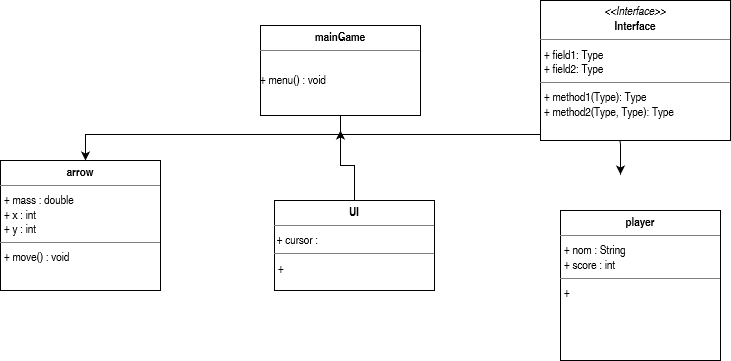
Above: UMLDiagram.png in vbard1/mini-projet-2 (draw.io), before the change. Source tidied: cells renumbered, new cells last; positions are measured from the earlier drawing's top-left corner, leaving out a move shared by most shapes.
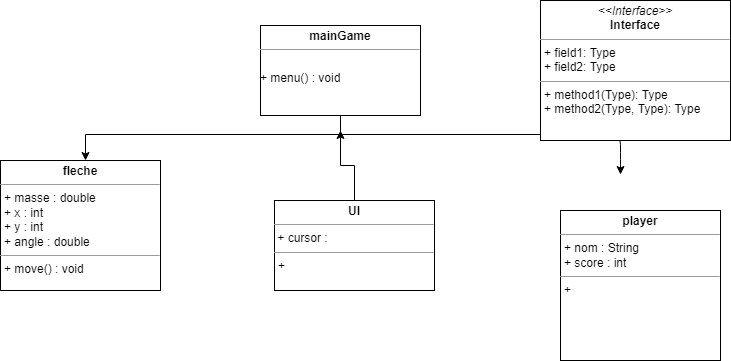
The same diagram one commit later.

Change to the diagram source:
```diff
@@ -33,7 +33,7 @@
     <mxCell id="6" value="&lt;p style=&quot;margin: 0px ; margin-top: 4px ; text-align: center&quot;&gt;&lt;b&gt;mainGame&lt;/b&gt;&lt;/p&gt;&lt;hr size=&quot;1&quot;&gt;&lt;p style=&quot;margin: 0px ; margin-left: 4px&quot;&gt;&lt;br&gt;&lt;/p&gt;+ menu() : void" style="verticalAlign=top;align=left;overflow=fill;fontSize=12;fontFamily=Helvetica;html=1;" parent="1" vertex="1">
       <mxGeometry x="260" y="25" width="160" height="90" as="geometry" />
     </mxCell>
-    <mxCell id="7" value="&lt;p style=&quot;margin: 0px ; margin-top: 4px ; text-align: center&quot;&gt;&lt;b&gt;arrow&lt;/b&gt;&lt;br&gt;&lt;/p&gt;&lt;hr size=&quot;1&quot;&gt;&lt;p style=&quot;margin: 0px ; margin-left: 4px&quot;&gt;+ mass : double&lt;/p&gt;&lt;p style=&quot;margin: 0px ; margin-left: 4px&quot;&gt;+ x : int&lt;/p&gt;&lt;p style=&quot;margin: 0px ; margin-left: 4px&quot;&gt;+ y : int&lt;br&gt;&lt;/p&gt;&lt;hr size=&quot;1&quot;&gt;&lt;p style=&quot;margin: 0px ; margin-left: 4px&quot;&gt;+ move() : void&lt;br&gt;&lt;/p&gt;" style="verticalAlign=top;align=left;overflow=fill;fontSize=12;fontFamily=Helvetica;html=1;" parent="1" vertex="1">
+    <mxCell id="7" value="&lt;p style=&quot;margin: 0px ; margin-top: 4px ; text-align: center&quot;&gt;&lt;b&gt;fleche&lt;/b&gt;&lt;br&gt;&lt;/p&gt;&lt;hr size=&quot;1&quot;&gt;&lt;p style=&quot;margin: 0px ; margin-left: 4px&quot;&gt;+ masse : double&lt;/p&gt;&lt;p style=&quot;margin: 0px ; margin-left: 4px&quot;&gt;+ x : int&lt;/p&gt;&lt;p style=&quot;margin: 0px ; margin-left: 4px&quot;&gt;+ y : int&lt;br&gt;&lt;/p&gt;&lt;p style=&quot;margin: 0px ; margin-left: 4px&quot;&gt;+ angle : double&lt;/p&gt;&lt;hr size=&quot;1&quot;&gt;&lt;p style=&quot;margin: 0px ; margin-left: 4px&quot;&gt;+ move() : void&lt;br&gt;&lt;/p&gt;" style="verticalAlign=top;align=left;overflow=fill;fontSize=12;fontFamily=Helvetica;html=1;" parent="1" vertex="1">
       <mxGeometry y="160" width="160" height="130" as="geometry" />
     </mxCell>
     <mxCell id="8" style="edgeStyle=orthogonalEdgeStyle;rounded=0;jettySize=auto;html=1;exitX=0.5;exitY=0;exitDx=0;exitDy=0;" parent="1" edge="1" source="9">
@@ -47,7 +47,7 @@
     <mxCell id="10" value="&lt;p style=&quot;margin: 0px ; margin-top: 4px ; text-align: center&quot;&gt;&lt;b&gt;player&lt;/b&gt;&lt;br&gt;&lt;/p&gt;&lt;hr size=&quot;1&quot;&gt;&lt;p style=&quot;margin: 0px ; margin-left: 4px&quot;&gt;+ nom : String&lt;/p&gt;&lt;p style=&quot;margin: 0px ; margin-left: 4px&quot;&gt;+ score : int&lt;/p&gt;&lt;hr size=&quot;1&quot;&gt;&lt;p style=&quot;margin: 0px ; margin-left: 4px&quot;&gt;+&lt;br&gt;&lt;/p&gt;" style="verticalAlign=top;align=left;overflow=fill;fontSize=12;fontFamily=Helvetica;html=1;" parent="1" vertex="1">
       <mxGeometry x="560" y="210" width="160" height="150" as="geometry" />
     </mxCell>
-    <mxCell id="11" style="edgeStyle=orthogonalEdgeStyle;rounded=0;orthogonalLoop=1;jettySize=auto;html=1;exitX=0.5;exitY=1;exitDx=0;exitDy=0;" parent="1" edge="1">
+    <mxCell id="11" style="edgeStyle=orthogonalEdgeStyle;rounded=0;jettySize=auto;html=1;exitX=0.5;exitY=1;exitDx=0;exitDy=0;" parent="1" edge="1" source="x">
       <mxGeometry relative="1" as="geometry">
         <mxPoint x="85" y="380" as="targetPoint" />
       </mxGeometry>
```
